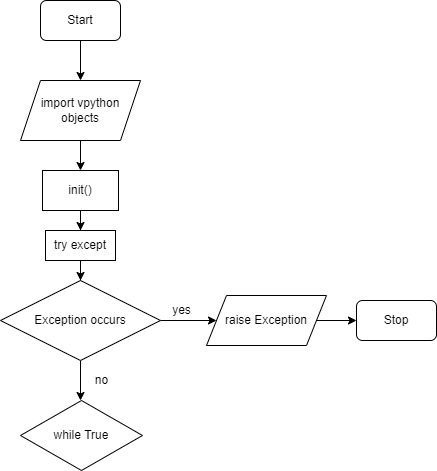
Before: flowchart.drawio.png, a diagram exported from draw.io (AbstractNucleus/Jetpack). Source tidied: cells renumbered, new cells last; positions are measured from the earlier drawing's top-left corner, leaving out a move shared by most shapes.
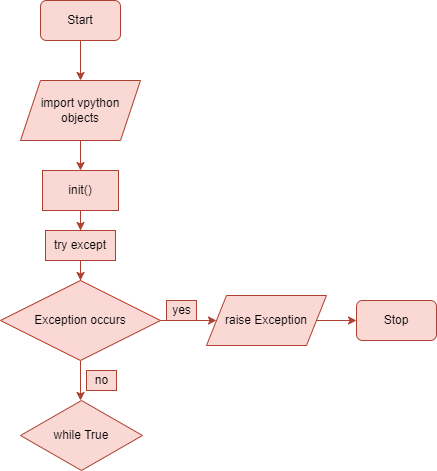
The same file after the commit.

Change to the diagram source:
```diff
@@ -2,59 +2,59 @@
   <root>
     <mxCell id="0" />
     <mxCell id="1" parent="0" />
-    <mxCell id="2" style="edgeStyle=orthogonalEdgeStyle;rounded=0;jettySize=auto;html=1;entryX=0.5;entryY=0;entryDx=0;entryDy=0;" parent="1" edge="1" source="3" target="5">
+    <mxCell id="2" style="edgeStyle=orthogonalEdgeStyle;rounded=0;jettySize=auto;html=1;entryX=0.5;entryY=0;entryDx=0;entryDy=0;fillColor=#fad9d5;strokeColor=#ae4132;" parent="1" edge="1" source="3" target="5">
       <mxGeometry relative="1" as="geometry" />
     </mxCell>
-    <mxCell id="3" value="Start" style="rounded=1;whiteSpace=wrap;html=1;" parent="1" vertex="1">
+    <mxCell id="3" value="Start" style="rounded=1;whiteSpace=wrap;html=1;fillColor=#fad9d5;strokeColor=#ae4132;" parent="1" vertex="1">
       <mxGeometry x="40" width="80" height="40" as="geometry" />
     </mxCell>
-    <mxCell id="4" style="edgeStyle=orthogonalEdgeStyle;rounded=0;jettySize=auto;html=1;entryX=0.5;entryY=0;entryDx=0;entryDy=0;fontSize=12;" parent="1" edge="1" source="5" target="7">
+    <mxCell id="4" style="edgeStyle=orthogonalEdgeStyle;rounded=0;jettySize=auto;html=1;entryX=0.5;entryY=0;entryDx=0;entryDy=0;fontSize=12;fillColor=#fad9d5;strokeColor=#ae4132;" parent="1" edge="1" source="5" target="7">
       <mxGeometry relative="1" as="geometry" />
     </mxCell>
-    <mxCell id="5" value="import vpython objects" style="shape=parallelogram;perimeter=parallelogramPerimeter;whiteSpace=wrap;html=1;fixedSize=1;" parent="1" vertex="1">
+    <mxCell id="5" value="import vpython objects" style="shape=parallelogram;perimeter=parallelogramPerimeter;whiteSpace=wrap;html=1;fixedSize=1;fillColor=#fad9d5;strokeColor=#ae4132;" parent="1" vertex="1">
       <mxGeometry x="20" y="80" width="120" height="60" as="geometry" />
     </mxCell>
-    <mxCell id="6" style="edgeStyle=orthogonalEdgeStyle;rounded=0;jettySize=auto;html=1;fontSize=12;" parent="1" edge="1" source="7" target="9">
+    <mxCell id="6" style="edgeStyle=orthogonalEdgeStyle;rounded=0;jettySize=auto;html=1;fontSize=12;fillColor=#fad9d5;strokeColor=#ae4132;" parent="1" edge="1" source="7" target="9">
       <mxGeometry relative="1" as="geometry" />
     </mxCell>
-    <mxCell id="7" value="&lt;font style=&quot;font-size: 12px;&quot;&gt;init()&lt;/font&gt;" style="rounded=0;whiteSpace=wrap;html=1;labelBackgroundColor=#23272E00;fontSize=11;" parent="1" vertex="1">
+    <mxCell id="7" value="&lt;font style=&quot;font-size: 12px;&quot;&gt;init()&lt;/font&gt;" style="rounded=0;whiteSpace=wrap;html=1;labelBackgroundColor=#23272E00;fontSize=11;fillColor=#fad9d5;strokeColor=#ae4132;" parent="1" vertex="1">
       <mxGeometry x="42" y="170" width="76" height="40" as="geometry" />
     </mxCell>
-    <mxCell id="8" style="edgeStyle=orthogonalEdgeStyle;rounded=0;jettySize=auto;html=1;fontSize=12;" parent="1" edge="1" source="9" target="12">
+    <mxCell id="8" style="edgeStyle=orthogonalEdgeStyle;rounded=0;jettySize=auto;html=1;fontSize=12;fillColor=#fad9d5;strokeColor=#ae4132;" parent="1" edge="1" source="9" target="12">
       <mxGeometry relative="1" as="geometry" />
     </mxCell>
-    <mxCell id="9" value="try except" style="rounded=0;whiteSpace=wrap;html=1;labelBackgroundColor=#23272E00;fontSize=12;" parent="1" vertex="1">
+    <mxCell id="9" value="try except" style="rounded=0;whiteSpace=wrap;html=1;labelBackgroundColor=#23272E00;fontSize=12;fillColor=#fad9d5;strokeColor=#ae4132;" parent="1" vertex="1">
       <mxGeometry x="45" y="230" width="70" height="30" as="geometry" />
     </mxCell>
-    <mxCell id="10" style="edgeStyle=orthogonalEdgeStyle;rounded=0;jettySize=auto;html=1;fontSize=12;" parent="1" edge="1" source="12">
+    <mxCell id="10" style="edgeStyle=orthogonalEdgeStyle;rounded=0;jettySize=auto;html=1;fontSize=12;fillColor=#fad9d5;strokeColor=#ae4132;" parent="1" edge="1" source="12">
       <mxGeometry relative="1" as="geometry">
         <mxPoint x="216" y="320" as="targetPoint" />
       </mxGeometry>
     </mxCell>
-    <mxCell id="11" style="edgeStyle=orthogonalEdgeStyle;rounded=0;jettySize=auto;html=1;fontSize=12;" parent="1" edge="1" source="12">
+    <mxCell id="11" style="edgeStyle=orthogonalEdgeStyle;rounded=0;jettySize=auto;html=1;fontSize=12;fillColor=#fad9d5;strokeColor=#ae4132;" parent="1" edge="1" source="12">
       <mxGeometry relative="1" as="geometry">
         <mxPoint x="80" y="400" as="targetPoint" />
       </mxGeometry>
     </mxCell>
-    <mxCell id="12" value="Exception occurs" style="rhombus;whiteSpace=wrap;html=1;labelBackgroundColor=#23272E00;fontSize=12;" parent="1" vertex="1">
+    <mxCell id="12" value="Exception occurs" style="rhombus;whiteSpace=wrap;html=1;labelBackgroundColor=#23272E00;fontSize=12;fillColor=#fad9d5;strokeColor=#ae4132;" parent="1" vertex="1">
       <mxGeometry y="280" width="160" height="80" as="geometry" />
     </mxCell>
-    <mxCell id="13" value="yes" style="text;html=1;align=center;verticalAlign=middle;strokeColor=none;fillColor=none;fontSize=12;" parent="1" vertex="1">
+    <mxCell id="13" value="yes" style="text;html=1;align=center;verticalAlign=middle;strokeColor=#ae4132;fillColor=#fad9d5;fontSize=12;" parent="1" vertex="1">
       <mxGeometry x="166" y="300" width="30" height="20" as="geometry" />
     </mxCell>
-    <mxCell id="14" value="no" style="text;html=1;align=center;verticalAlign=middle;strokeColor=none;fillColor=none;fontSize=12;" parent="1" vertex="1">
+    <mxCell id="14" value="no" style="text;html=1;align=center;verticalAlign=middle;strokeColor=#ae4132;fillColor=#fad9d5;fontSize=12;" parent="1" vertex="1">
       <mxGeometry x="86" y="370" width="30" height="20" as="geometry" />
     </mxCell>
-    <mxCell id="15" style="edgeStyle=orthogonalEdgeStyle;rounded=0;jettySize=auto;html=1;entryX=0;entryY=0.5;entryDx=0;entryDy=0;fontSize=12;" parent="1" edge="1" source="16" target="17">
+    <mxCell id="15" style="edgeStyle=orthogonalEdgeStyle;rounded=0;jettySize=auto;html=1;entryX=0;entryY=0.5;entryDx=0;entryDy=0;fontSize=12;fillColor=#fad9d5;strokeColor=#ae4132;" parent="1" edge="1" source="16" target="17">
       <mxGeometry relative="1" as="geometry" />
     </mxCell>
-    <mxCell id="16" value="raise Exception" style="shape=parallelogram;perimeter=parallelogramPerimeter;whiteSpace=wrap;html=1;fixedSize=1;labelBackgroundColor=#23272E00;fontSize=12;" parent="1" vertex="1">
+    <mxCell id="16" value="raise Exception" style="shape=parallelogram;perimeter=parallelogramPerimeter;whiteSpace=wrap;html=1;fixedSize=1;labelBackgroundColor=#23272E00;fontSize=12;fillColor=#fad9d5;strokeColor=#ae4132;" parent="1" vertex="1">
       <mxGeometry x="206" y="295" width="120" height="50" as="geometry" />
     </mxCell>
-    <mxCell id="17" value="Stop" style="rounded=1;whiteSpace=wrap;html=1;" parent="1" vertex="1">
+    <mxCell id="17" value="Stop" style="rounded=1;whiteSpace=wrap;html=1;fillColor=#fad9d5;strokeColor=#ae4132;" parent="1" vertex="1">
       <mxGeometry x="356" y="300" width="80" height="40" as="geometry" />
     </mxCell>
-    <mxCell id="18" value="while True" style="rhombus;whiteSpace=wrap;html=1;labelBackgroundColor=#23272E00;fontSize=12;" parent="1" vertex="1">
+    <mxCell id="18" value="while True" style="rhombus;whiteSpace=wrap;html=1;labelBackgroundColor=#23272E00;fontSize=12;fillColor=#fad9d5;strokeColor=#ae4132;" parent="1" vertex="1">
       <mxGeometry x="20" y="400" width="122" height="70" as="geometry" />
     </mxCell>
   </root>
```
